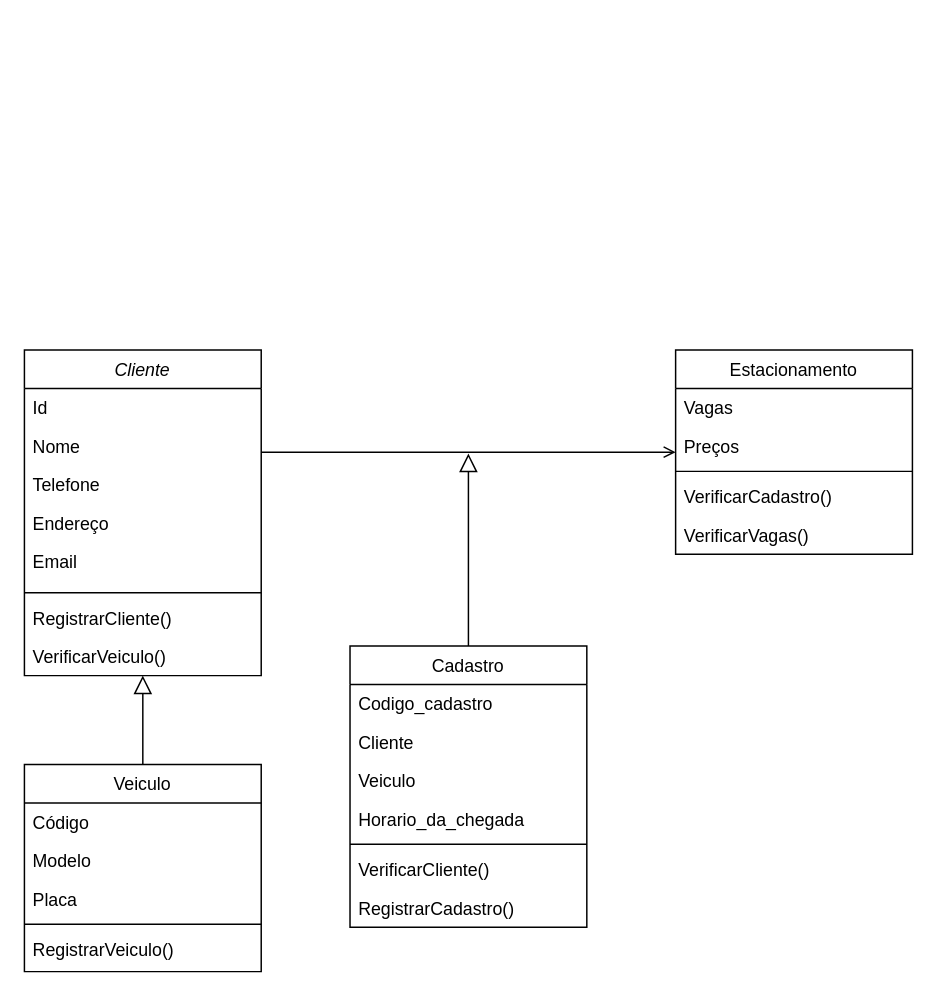
This is Untitled Diagram.drawio from Mdourado7/test, a draw.io file, before an edit. Source tidied: cells renumbered, new cells numbered last; positions are measured from the earlier drawing's top-left corner, leaving out a move shared by most shapes. Both pictures are drawn from the tidied source at 148%, with x=0, y=0 at pixel (24, 349).
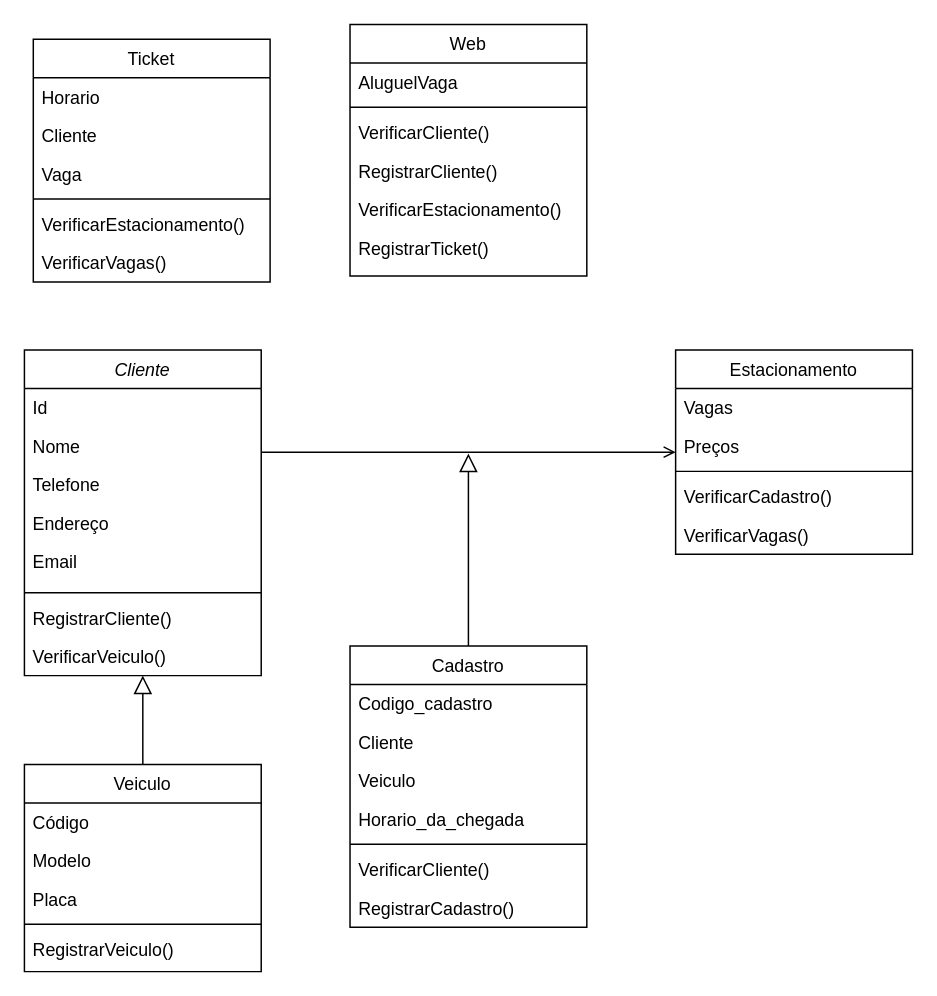
The same page after the edit.

Unchanged cells that the change refers to:
```xml
<mxCell id="5" value="Cliente" style="swimlane;fontStyle=2;align=center;verticalAlign=top;horizontal=1;startSize=26;rounded=0;shadow=0;strokeWidth=1;" parent="1" vertex="1">
  <mxGeometry width="160" height="220" as="geometry" />
</mxCell>
<mxCell id="20" value="Estacionamento" style="swimlane;fontStyle=0;align=center;verticalAlign=top;horizontal=1;startSize=26;rounded=0;shadow=0;strokeWidth=1;" parent="1" vertex="1">
  <mxGeometry x="440" width="160" height="138" as="geometry" />
</mxCell>
```

Diff of the diagram source:
```diff
@@
     <mxCell id="4" style="endArrow=open;shadow=0;strokeWidth=1;rounded=0;endFill=1;edgeStyle=elbowEdgeStyle;elbow=vertical;" parent="1" edge="1" source="5" target="20">
       <mxGeometry x="0.5" y="41" relative="1" as="geometry">
+        <Array as="points">
+          <mxPoint x="356" y="69" />
+        </Array>
         <mxPoint x="-40" y="32" as="offset" />
       </mxGeometry>
     </mxCell>
@@
+    <mxCell id="34" value="Web&#10;" style="swimlane;fontStyle=0;align=center;verticalAlign=top;horizontal=1;startSize=26;rounded=0;shadow=0;strokeWidth=1;" parent="1" vertex="1">
+      <mxGeometry x="220" y="-220" width="160" height="170" as="geometry" />
+    </mxCell>
+    <mxCell id="35" value="AluguelVaga" style="text;align=left;verticalAlign=top;spacingLeft=4;spacingRight=4;overflow=hidden;" parent="34" vertex="1">
+      <mxGeometry y="26" width="160" height="26" as="geometry" />
+    </mxCell>
+    <mxCell id="36" style="line;html=1;strokeWidth=1;align=left;verticalAlign=middle;spacingTop=-1;spacingLeft=3;spacingRight=3;labelPosition=right;" parent="34" vertex="1">
+      <mxGeometry y="52" width="160" height="8" as="geometry" />
+    </mxCell>
+    <mxCell id="37" value="VerificarCliente()&#10;" style="text;align=left;verticalAlign=top;spacingLeft=4;spacingRight=4;overflow=hidden;" parent="34" vertex="1">
+      <mxGeometry y="60" width="160" height="26" as="geometry" />
+    </mxCell>
+    <mxCell id="38" value="RegistrarCliente()" style="text;align=left;verticalAlign=top;spacingLeft=4;spacingRight=4;overflow=hidden;" parent="34" vertex="1">
+      <mxGeometry y="86" width="160" height="26" as="geometry" />
+    </mxCell>
+    <mxCell id="39" value="VerificarEstacionamento()" style="text;align=left;verticalAlign=top;spacingLeft=4;spacingRight=4;overflow=hidden;" parent="34" vertex="1">
+      <mxGeometry y="112" width="160" height="26" as="geometry" />
+    </mxCell>
+    <mxCell id="40" value="RegistrarTicket()" style="text;align=left;verticalAlign=top;spacingLeft=4;spacingRight=4;overflow=hidden;" parent="34" vertex="1">
+      <mxGeometry y="138" width="160" height="26" as="geometry" />
+    </mxCell>
+    <mxCell id="41" value="Ticket" style="swimlane;fontStyle=0;align=center;verticalAlign=top;horizontal=1;startSize=26;rounded=0;shadow=0;strokeWidth=1;" parent="1" vertex="1">
+      <mxGeometry x="6" y="-210" width="160" height="164" as="geometry" />
+    </mxCell>
+    <mxCell id="42" value="Horario" style="text;align=left;verticalAlign=top;spacingLeft=4;spacingRight=4;overflow=hidden;" parent="41" vertex="1">
+      <mxGeometry y="26" width="160" height="26" as="geometry" />
+    </mxCell>
+    <mxCell id="43" value="Cliente" style="text;align=left;verticalAlign=top;spacingLeft=4;spacingRight=4;overflow=hidden;rounded=0;shadow=0;html=0;" parent="41" vertex="1">
+      <mxGeometry y="52" width="160" height="26" as="geometry" />
+    </mxCell>
+    <mxCell id="44" value="Vaga" style="text;align=left;verticalAlign=top;spacingLeft=4;spacingRight=4;overflow=hidden;rounded=0;shadow=0;html=0;" parent="41" vertex="1">
+      <mxGeometry y="78" width="160" height="26" as="geometry" />
+    </mxCell>
+    <mxCell id="45" style="line;html=1;strokeWidth=1;align=left;verticalAlign=middle;spacingTop=-1;spacingLeft=3;spacingRight=3;labelPosition=right;" parent="41" vertex="1">
+      <mxGeometry y="104" width="160" height="8" as="geometry" />
+    </mxCell>
+    <mxCell id="46" value="VerificarEstacionamento()" style="text;align=left;verticalAlign=top;spacingLeft=4;spacingRight=4;overflow=hidden;" parent="41" vertex="1">
+      <mxGeometry y="112" width="160" height="26" as="geometry" />
+    </mxCell>
+    <mxCell id="47" value="VerificarVagas()" style="text;align=left;verticalAlign=top;spacingLeft=4;spacingRight=4;overflow=hidden;" parent="41" vertex="1">
+      <mxGeometry y="138" width="160" height="26" as="geometry" />
+    </mxCell>
```
